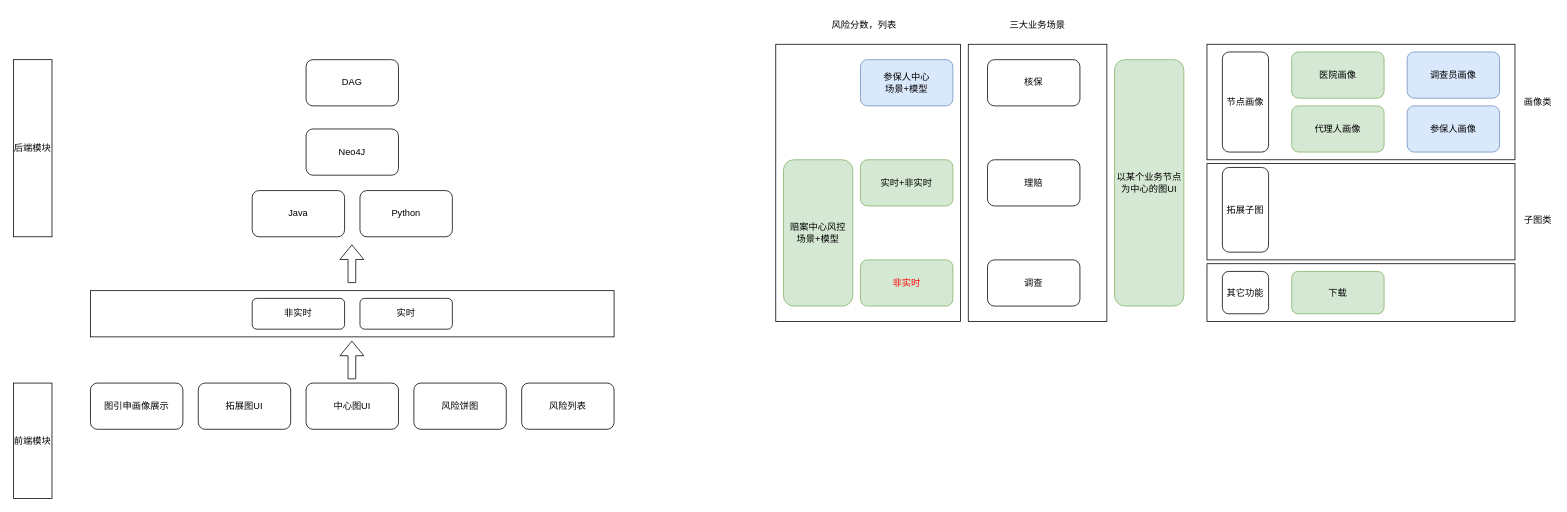
Earlier version of the draw.io diagram page "v2 2022.11.30" (2 of 2) of 太平/太平模块图.drawio (XiaoLiuAI/diagrams). Source tidied: cells renumbered, new cells numbered last; positions are measured from the earlier drawing's top-left corner, leaving out a move shared by most shapes. Both pictures are drawn from the tidied source at 77%, with x=0, y=0 at pixel (13, 13).
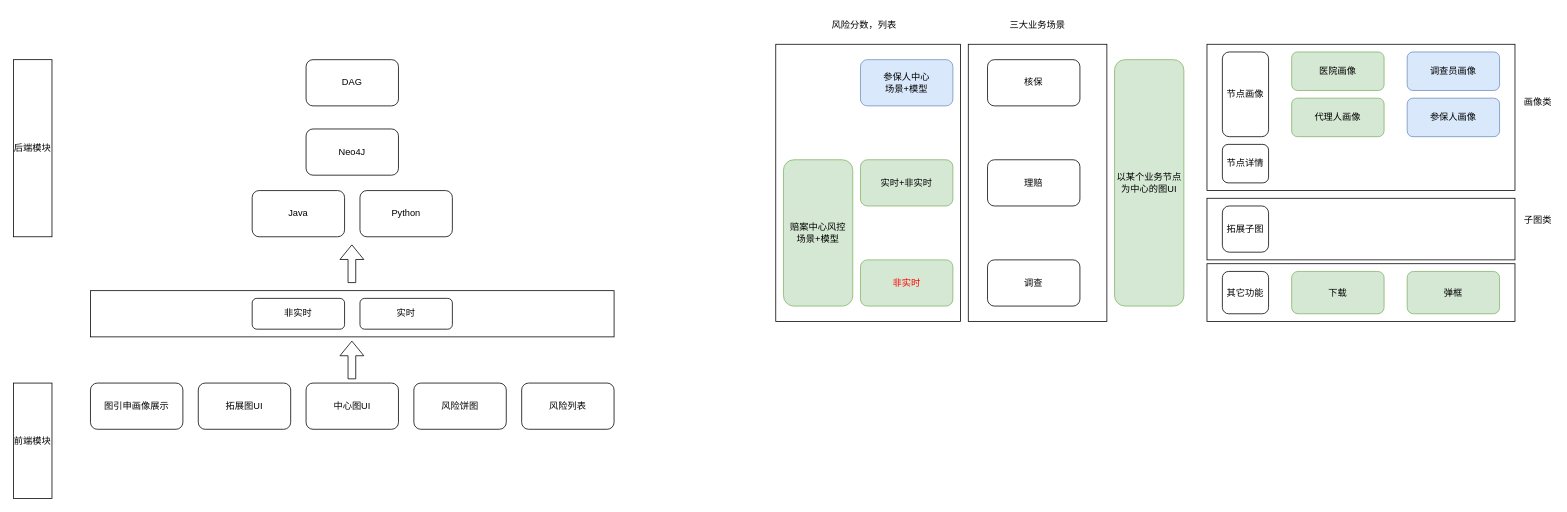
The same diagram, later.

Commit message:
更新太平模块图.drawio

What changed in the source:
```diff
@@
     <mxCell id="2" style="rounded=0;whiteSpace=wrap;html=1;fontColor=#000000;" parent="1" vertex="1">
-      <mxGeometry x="1550" y="195" width="400" height="125" as="geometry" />
+      <mxGeometry x="1550" y="240" width="400" height="80" as="geometry" />
     </mxCell>
     <mxCell id="3" style="rounded=0;whiteSpace=wrap;html=1;fontColor=#000000;" parent="1" vertex="1">
-      <mxGeometry x="1550" y="40" width="400" height="150" as="geometry" />
+      <mxGeometry x="1550" y="40" width="400" height="190" as="geometry" />
     </mxCell>
@@
     <mxCell id="9" value="调查员画像" style="rounded=1;whiteSpace=wrap;html=1;fillColor=#dae8fc;strokeColor=#6c8ebf;" parent="1" vertex="1">
-      <mxGeometry x="1810" y="50" width="120" height="60" as="geometry" />
+      <mxGeometry x="1810" y="50" width="120" height="50" as="geometry" />
     </mxCell>
@@
     <mxCell id="11" value="参保人画像" style="rounded=1;whiteSpace=wrap;html=1;fillColor=#dae8fc;strokeColor=#6c8ebf;" parent="1" vertex="1">
-      <mxGeometry x="1810" y="120" width="120" height="60" as="geometry" />
+      <mxGeometry x="1810" y="110" width="120" height="50" as="geometry" />
     </mxCell>
@@
     <mxCell id="31" value="医院画像" style="rounded=1;whiteSpace=wrap;html=1;fillColor=#d5e8d4;strokeColor=#82b366;" parent="1" vertex="1">
-      <mxGeometry x="1660" y="50" width="120" height="60" as="geometry" />
+      <mxGeometry x="1660" y="50" width="120" height="50" as="geometry" />
     </mxCell>
     <mxCell id="32" value="代理人画像" style="rounded=1;whiteSpace=wrap;html=1;fillColor=#d5e8d4;strokeColor=#82b366;" parent="1" vertex="1">
-      <mxGeometry x="1660" y="120" width="120" height="60" as="geometry" />
+      <mxGeometry x="1660" y="110" width="120" height="50" as="geometry" />
     </mxCell>
@@
     <mxCell id="34" value="节点画像" style="rounded=1;whiteSpace=wrap;html=1;fontColor=#000000;" parent="1" vertex="1">
-      <mxGeometry x="1570" y="50" width="60" height="130" as="geometry" />
+      <mxGeometry x="1570" y="50" width="60" height="110" as="geometry" />
     </mxCell>
     <mxCell id="35" value="拓展子图" style="rounded=1;whiteSpace=wrap;html=1;fontColor=#000000;" parent="1" vertex="1">
-      <mxGeometry x="1570" y="200" width="60" height="110" as="geometry" />
+      <mxGeometry x="1570" y="250" width="60" height="60" as="geometry" />
     </mxCell>
@@
+    <mxCell id="43" value="弹框" style="rounded=1;whiteSpace=wrap;html=1;fillColor=#d5e8d4;strokeColor=#82b366;" parent="1" vertex="1">
+      <mxGeometry x="1810" y="335" width="120" height="55" as="geometry" />
+    </mxCell>
+    <mxCell id="44" value="节点详情" style="rounded=1;whiteSpace=wrap;html=1;fontColor=#000000;" parent="1" vertex="1">
+      <mxGeometry x="1570" y="170" width="60" height="50" as="geometry" />
+    </mxCell>
```
